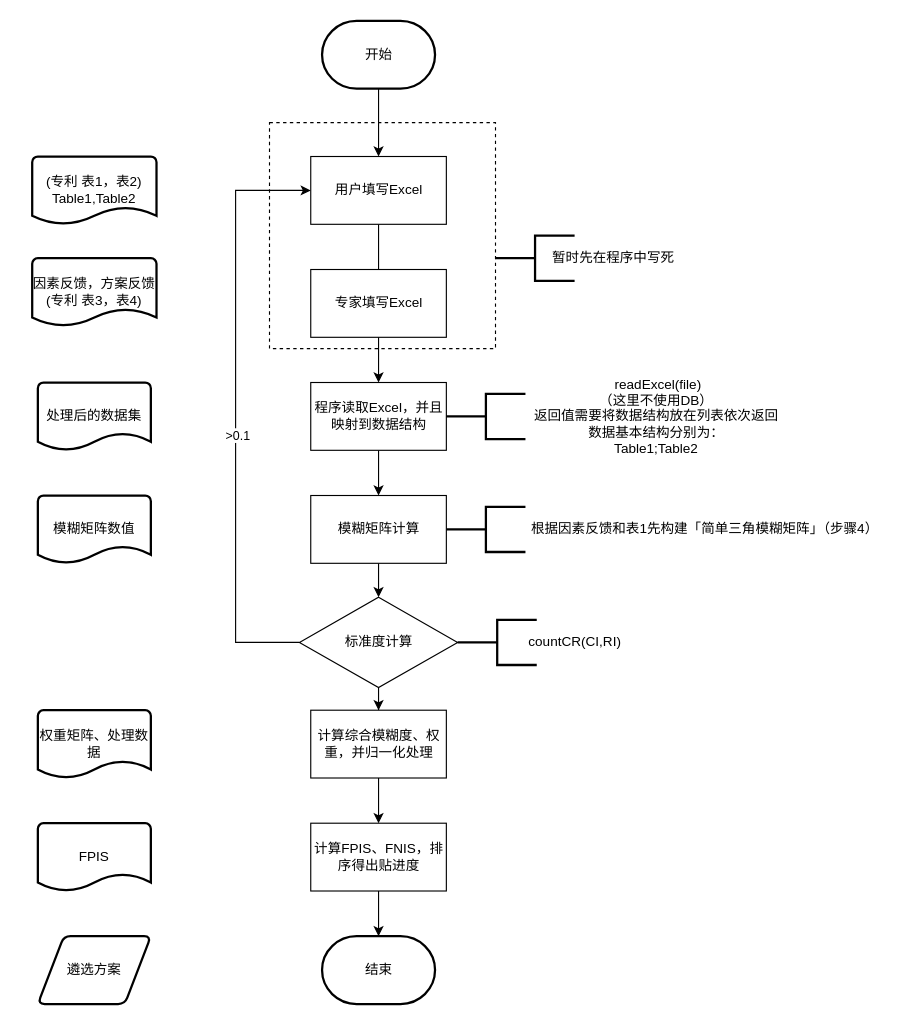
Above: resources/process.drawio in Cheung0-bit/fuzzy_ahp (draw.io), before the change. Source tidied: cells renumbered, new cells numbered last; positions are measured from the earlier drawing's top-left corner, leaving out a move shared by most shapes. Both pictures are drawn from the tidied source at 113%, with x=0, y=0 at pixel (32, 20).
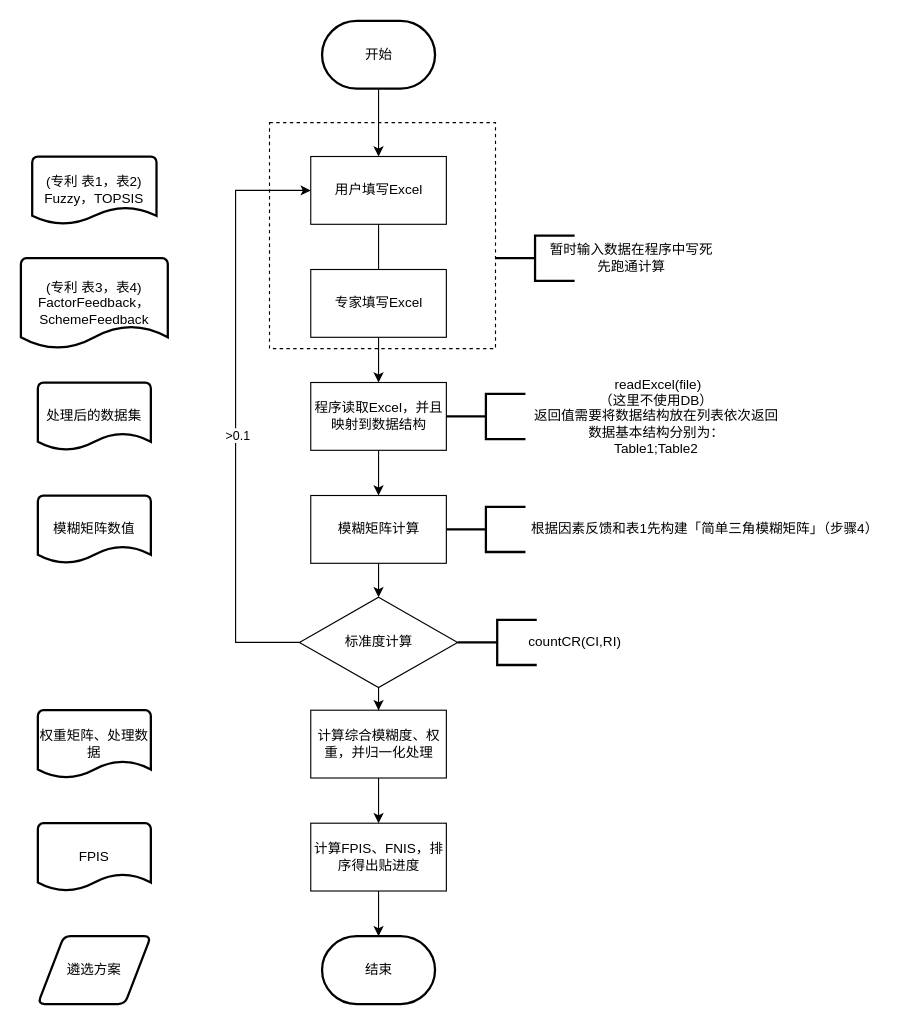
The same diagram, later.

What changed in the source:
```diff
@@
-    <mxCell id="20" value="(专利 表1，表2)&lt;br&gt;Table1,Table2" style="strokeWidth=2;html=1;shape=mxgraph.flowchart.document2;whiteSpace=wrap;size=0.25;" parent="1" vertex="1">
+    <mxCell id="20" value="(专利 表1，表2)&lt;br&gt;Fuzzy，TOPSIS" style="strokeWidth=2;html=1;shape=mxgraph.flowchart.document2;whiteSpace=wrap;size=0.25;" parent="1" vertex="1">
       <mxGeometry y="120" width="110" height="60" as="geometry" />
     </mxCell>
@@
-    <mxCell id="27" value="因素反馈，方案反馈&lt;br&gt;(专利 表3，表4)&lt;br&gt;" style="strokeWidth=2;html=1;shape=mxgraph.flowchart.document2;whiteSpace=wrap;size=0.25;" parent="1" vertex="1">
-      <mxGeometry y="210" width="110" height="60" as="geometry" />
+    <mxCell id="27" value="(专利 表3，表4)&lt;br&gt;&lt;span&gt;FactorFeedback，&lt;br&gt;&lt;/span&gt;&lt;span&gt;SchemeFeedback&lt;/span&gt;" style="strokeWidth=2;html=1;shape=mxgraph.flowchart.document2;whiteSpace=wrap;size=0.25;" parent="1" vertex="1">
+      <mxGeometry x="-10" y="210" width="130" height="80" as="geometry" />
     </mxCell>
@@
-    <mxCell id="33" value="暂时先在程序中写死" style="text;html=1;align=center;verticalAlign=middle;strokeColor=none;fillColor=none;" parent="1" vertex="1">
-      <mxGeometry x="453.5" y="200" width="120" height="20" as="geometry" />
+    <mxCell id="33" value="暂时输入数据在程序中写死&lt;br&gt;先跑通计算" style="text;html=1;align=center;verticalAlign=middle;strokeColor=none;fillColor=none;" parent="1" vertex="1">
+      <mxGeometry x="450" y="195" width="160" height="30" as="geometry" />
     </mxCell>
```
